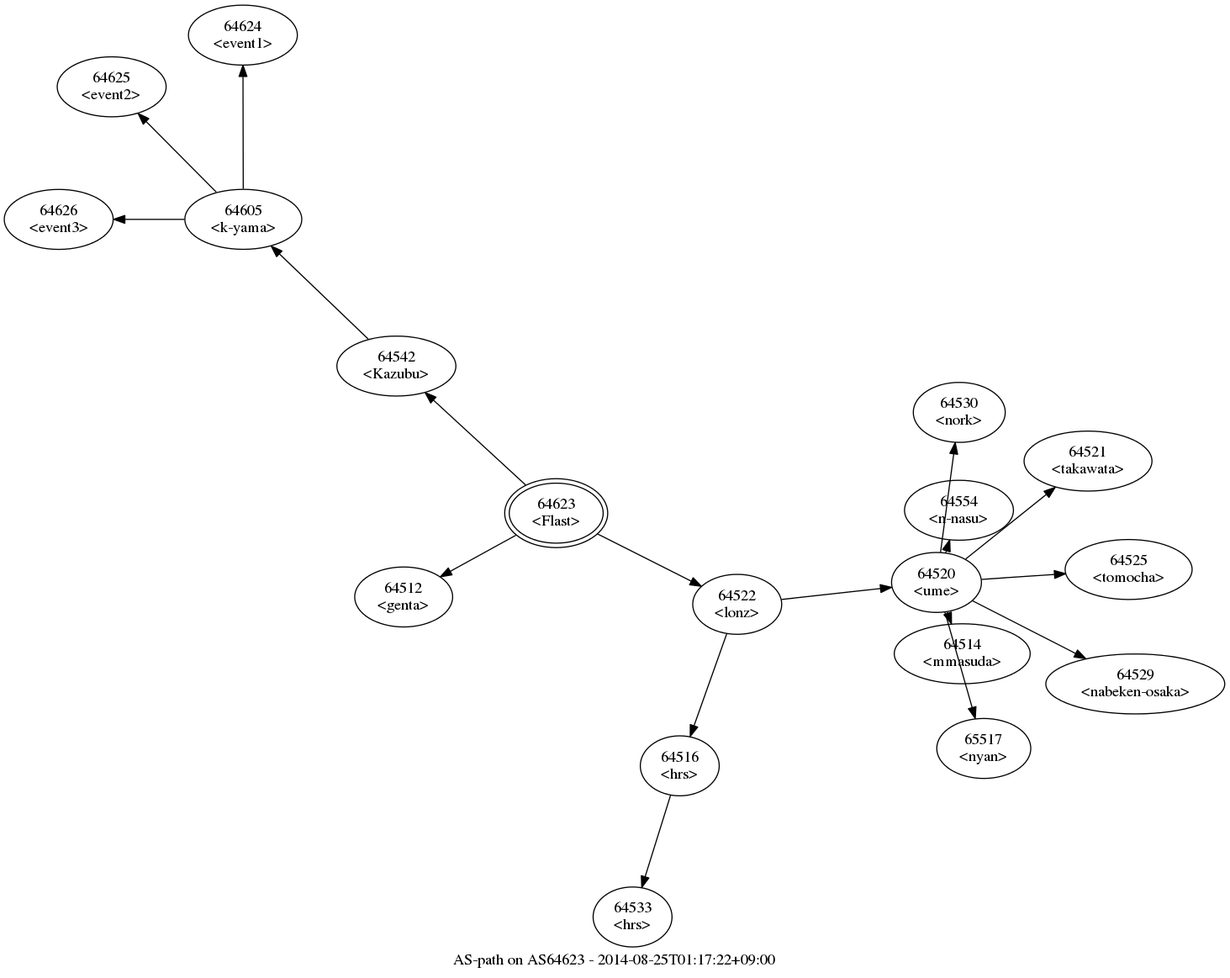
Flast/flast.github.io keeps this Graphviz diagram as aspath/as64623.png. Above is the earlier version. Its source is kept beside it as aspath/as64623.gv.
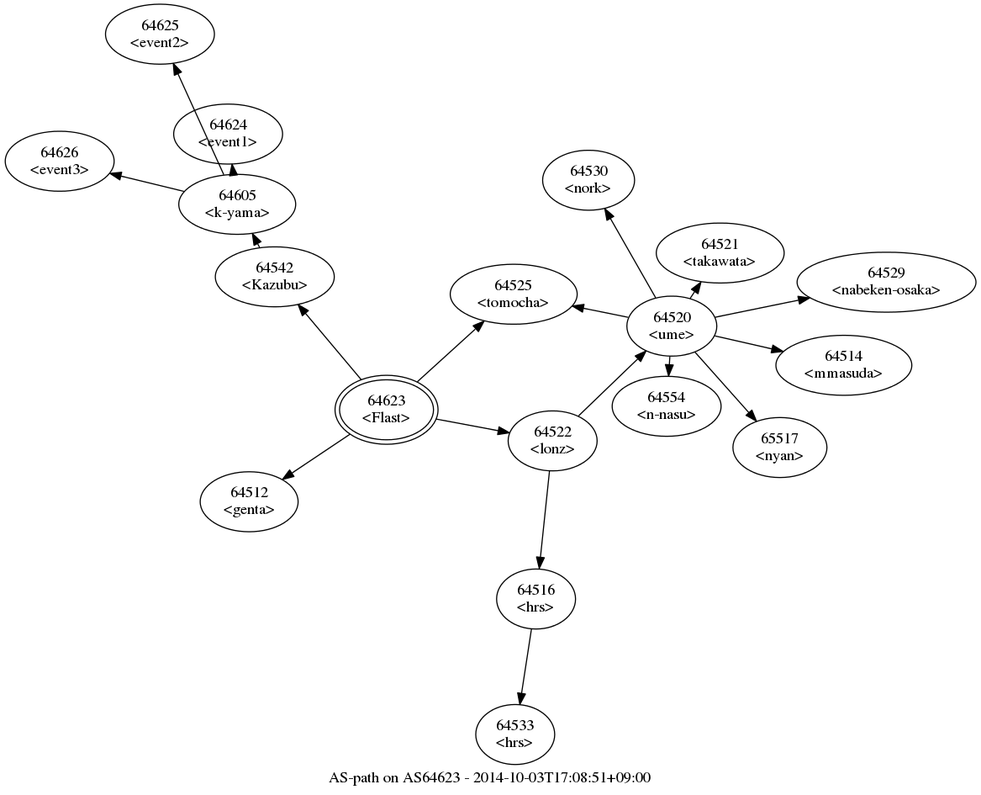
The same diagram one commit later.

Change to the diagram source:
```diff
@@ -1,101 +1,102 @@
 digraph aspath {
-	graph [bb="0,0,1089,864",
+	graph [bb="0,0,867,701",
 		center="",
-		label="AS-path on AS64623 - 2014-08-25T01:17:22+09:00",
+		label="AS-path on AS64623 - 2014-10-03T17:08:51+09:00",
 		layout=fdp,
 		lheight=0.21,
-		lp="544.5,11.5",
+		lp="433.5,11.5",
 		lwidth=4.00
 	];
 	node [label="\N"];
 	64623	 [height=0.8575,
 		label="64623\n<Flast>",
 		peripheries=2,
-		pos="492.18,410.33",
+		pos="340.87,339.67",
 		width=1.27];
 	64542	 [height=0.74639,
 		label="64542\n<Kazubu>",
-		pos="349.61,541.5",
+		pos="241.18,458.2",
 		width=1.4731];
-	64623 -> 64542	 [pos="e,375.22,517.94 465.03,435.31 441.6,456.87 407.68,488.07 382.68,511.08"];
+	64623 -> 64542	 [pos="e,262.01,433.43 318.25,366.57 303.47,384.14 284.09,407.18 268.45,425.77"];
 	64522	 [height=0.74639,
 		label="64522\n<lonz>",
-		pos="653.66,329",
+		pos="489.07,311.95",
 		width=1.0999];
-	64623 -> 64522	 [pos="e,621.69,345.1 529.23,391.67 554.11,379.14 586.9,362.63 612.58,349.69"];
+	64623 -> 64522	 [pos="e,450.45,319.17 384.93,331.43 402.42,328.16 422.59,324.38 440.49,321.03"];
+	64525	 [height=0.74639,
+		label="64525\n<tomocha>",
+		pos="454.34,442.69",
+		width=1.5713];
+	64623 -> 64525	 [pos="e,427.91,418.69 368.34,364.61 383.89,378.73 403.49,396.53 420.05,411.56"];
 	64512	 [height=0.74639,
 		label="64512\n<genta>",
-		pos="356.11,335.58",
+		pos="218.3,257.67",
 		width=1.2178];
-	64623 -> 64512	 [pos="e,388.83,353.56 456.43,390.69 438.43,380.81 416.51,368.76 397.75,358.46"];
+	64623 -> 64512	 [pos="e,248.03,277.56 308.34,317.91 292.4,307.24 273.1,294.33 256.46,283.2"];
 	64605	 [height=0.74639,
 		label="64605\n<k-yama>",
-		pos="213.06,672.38",
+		pos="207.66,522.83",
 		width=1.4535];
-	64542 -> 64605	 [pos="e,237.95,648.52 324.57,565.51 302.24,586.91 269.43,618.35 245.18,641.59"];
+	64542 -> 64605	 [pos="e,221.17,496.78 227.55,484.49 227.02,485.5 226.49,486.52 225.96,487.55"];
 	64624	 [height=0.74639,
 		label="64624\n<event1>",
-		pos="212.68,836.68",
+		pos="199.54,585.48",
 		width=1.3553];
-	64605 -> 64624	 [pos="e,212.74,809.78 213,699.51 212.94,726.82 212.84,769.15 212.77,799.56"];
+	64605 -> 64624	 [pos="e,203.03,558.57 204.17,549.76 204.16,549.85 204.15,549.95 204.13,550.04"];
 	64625	 [height=0.74639,
 		label="64625\n<event2>",
-		pos="95.623,790.56",
+		pos="138.72,674.53",
 		width=1.3553];
-	64605 -> 64625	 [pos="e,119.24,766.8 189.01,696.58 170.92,714.78 146,739.87 126.44,759.55"];
+	64605 -> 64625	 [pos="e,150.6,648.41 195.65,549.25 184.34,574.16 167.29,611.66 154.81,639.14"];
 	64626	 [height=0.74639,
 		label="64626\n<event3>",
-		pos="48.383,672.33",
+		pos="49.259,561.25",
 		width=1.3553];
-	64605 -> 64626	 [pos="e,97.366,672.34 160.5,672.36 143.59,672.36 124.73,672.35 107.38,672.35"];
+	64605 -> 64626	 [pos="e,94.039,550.39 160.14,534.36 142.45,538.65 122.24,543.55 103.97,547.98"];
 	64520	 [height=0.74639,
 		label="64520\n<ume>",
-		pos="831.43,348.54",
+		pos="595.41,414.25",
 		width=1.1196];
-	64522 -> 64520	 [pos="e,791.47,344.15 693.11,333.34 719.17,336.2 753.53,339.98 781.49,343.05"];
+	64522 -> 64520	 [pos="e,572.38,392.1 512.14,334.15 527.61,349.03 548.15,368.78 564.95,384.95"];
 	64516	 [height=0.74639,
 		label="64516\n<hrs>",
-		pos="602.4,184.98",
+		pos="474.28,170.96",
 		width=0.98209];
-	64522 -> 64516	 [pos="e,611.75,211.23 644.26,302.59 636.09,279.65 624.2,246.22 615.17,220.86"];
+	64522 -> 64516	 [pos="e,477.14,198.19 486.25,285.1 483.98,263.38 480.74,232.56 478.21,208.42"];
 	64554	 [height=0.74639,
 		label="64554\n<n-nasu>",
-		pos="851.48,412.9",
+		pos="590.77,342.76",
 		width=1.3553];
-	64520 -> 64554	 [pos="e,843.23,386.41 839.7,375.09 839.88,375.68 840.06,376.26 840.25,376.85"];
+	64520 -> 64554	 [pos="e,592.53,369.83 593.66,387.22 593.5,384.82 593.34,382.36 593.18,379.9"];
 	64530	 [height=0.74639,
 		label="64530\n<nork>",
-		pos="851.74,500.2",
+		pos="521.15,544.31",
 		width=1.1392];
-	64520 -> 64530	 [pos="e,848.12,473.19 835.01,375.3 838.28,399.73 843.15,436.07 846.79,463.26"];
+	64520 -> 64530	 [pos="e,535.61,518.98 580.92,439.63 569.42,459.78 553.23,488.12 540.6,510.24"];
 	64529	 [height=0.74639,
 		label="64529\n<nabeken-osaka>",
-		pos="1008.8,258",
+		pos="786.97,453.4",
 		width=2.2195];
-	64520 -> 64529	 [pos="e,964.54,280.57 863.54,332.14 889.13,319.07 925.52,300.49 955.47,285.2"];
-	64525	 [height=0.74639,
-		label="64525\n<tomocha>",
-		pos="1002.8,360.09",
-		width=1.5713];
-	64520 -> 64525	 [pos="e,946.67,356.3 871.61,351.25 890.91,352.55 914.56,354.14 936.43,355.61"];
+	64520 -> 64529	 [pos="e,718.42,439.39 634.18,422.17 655.51,426.53 682.77,432.1 708.34,437.33"];
+	64520 -> 64525	 [pos="e,506.6,432.15 556.49,422.1 544.09,424.6 530.04,427.43 516.42,430.18"];
 	64521	 [height=0.74639,
 		label="64521\n<takawata>",
-		pos="966.6,456.77",
+		pos="638.58,479.41",
 		width=1.591];
-	64520 -> 64521	 [pos="e,937.33,433.34 857.49,369.41 877.94,385.78 906.67,408.79 929.52,427.08"];
+	64520 -> 64521	 [pos="e,621.38,453.44 611.73,438.88 613.01,440.82 614.32,442.79 615.63,444.77"];
 	64514	 [height=0.74639,
 		label="64514\n<mmasuda>",
-		pos="854.38,284.93",
+		pos="748.9,379.33",
 		width=1.6892];
-	64520 -> 64514	 [pos="e,844.78,311.52 840.89,322.3 841.05,321.86 841.21,321.41 841.38,320.96"];
+	64520 -> 64514	 [pos="e,694.56,391.69 633.75,405.53 649.11,402.03 667.24,397.91 684.52,393.98"];
 	65517	 [height=0.74639,
 		label="65517\n<nyan>",
-		pos="873.61,200.48",
+		pos="691.86,306.02",
 		width=1.1589];
-	64520 -> 65517	 [pos="e,865.99,227.22 838.97,322.07 845.73,298.32 855.73,263.25 863.24,236.87"];
+	64520 -> 65517	 [pos="e,670.87,329.57 616.1,391.03 630.12,375.3 648.8,354.34 664.1,337.17"];
 	64533	 [height=0.74639,
 		label="64533\n<hrs>",
-		pos="560.3,50.184",
+		pos="455.69,50.183",
 		width=0.98209];
-	64516 -> 64533	 [pos="e,568.5,76.427 594.19,158.67 587.72,137.98 578.65,108.94 571.52,86.107"];
+	64516 -> 64533	 [pos="e,459.81,76.912 470.16,144.16 467.57,127.35 464.2,105.45 461.36,87.017"];
 }
```
